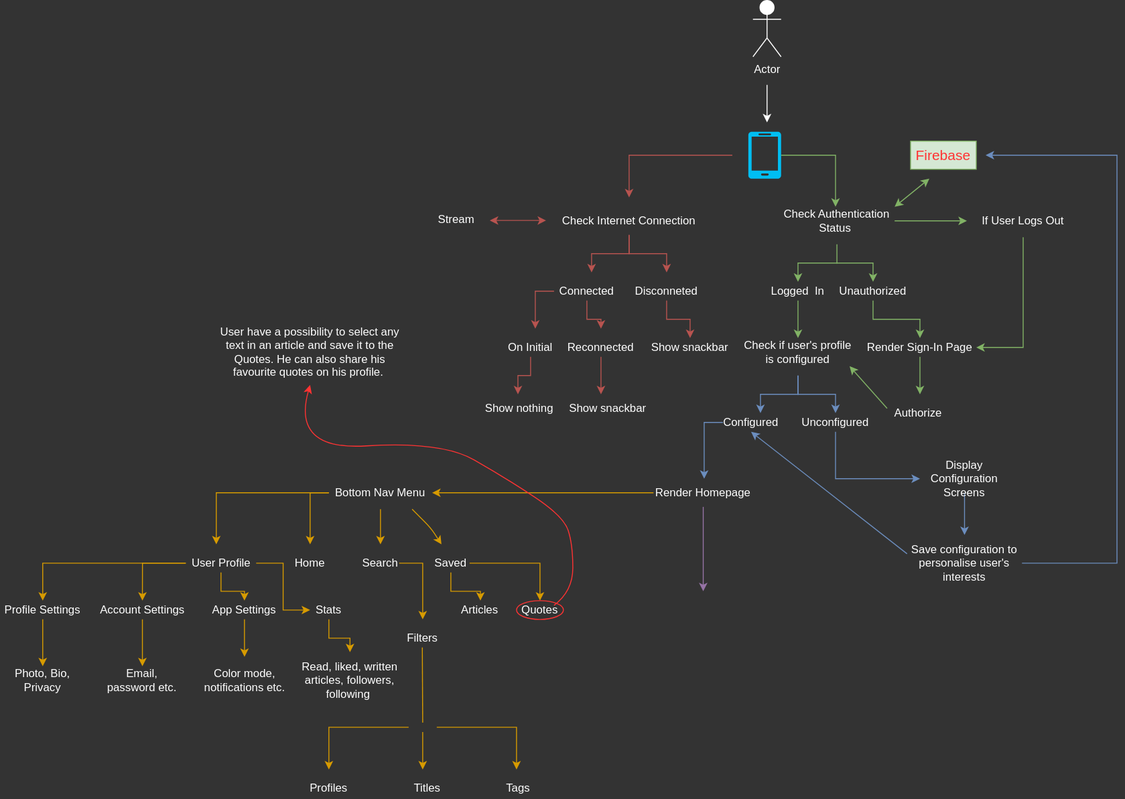
Above: artiver-visualization.svg in wzslr321/artiver (draw.io), before the change. Source tidied: cells renumbered, new cells last; positions are measured from the earlier drawing's top-left corner, leaving out a move shared by most shapes.
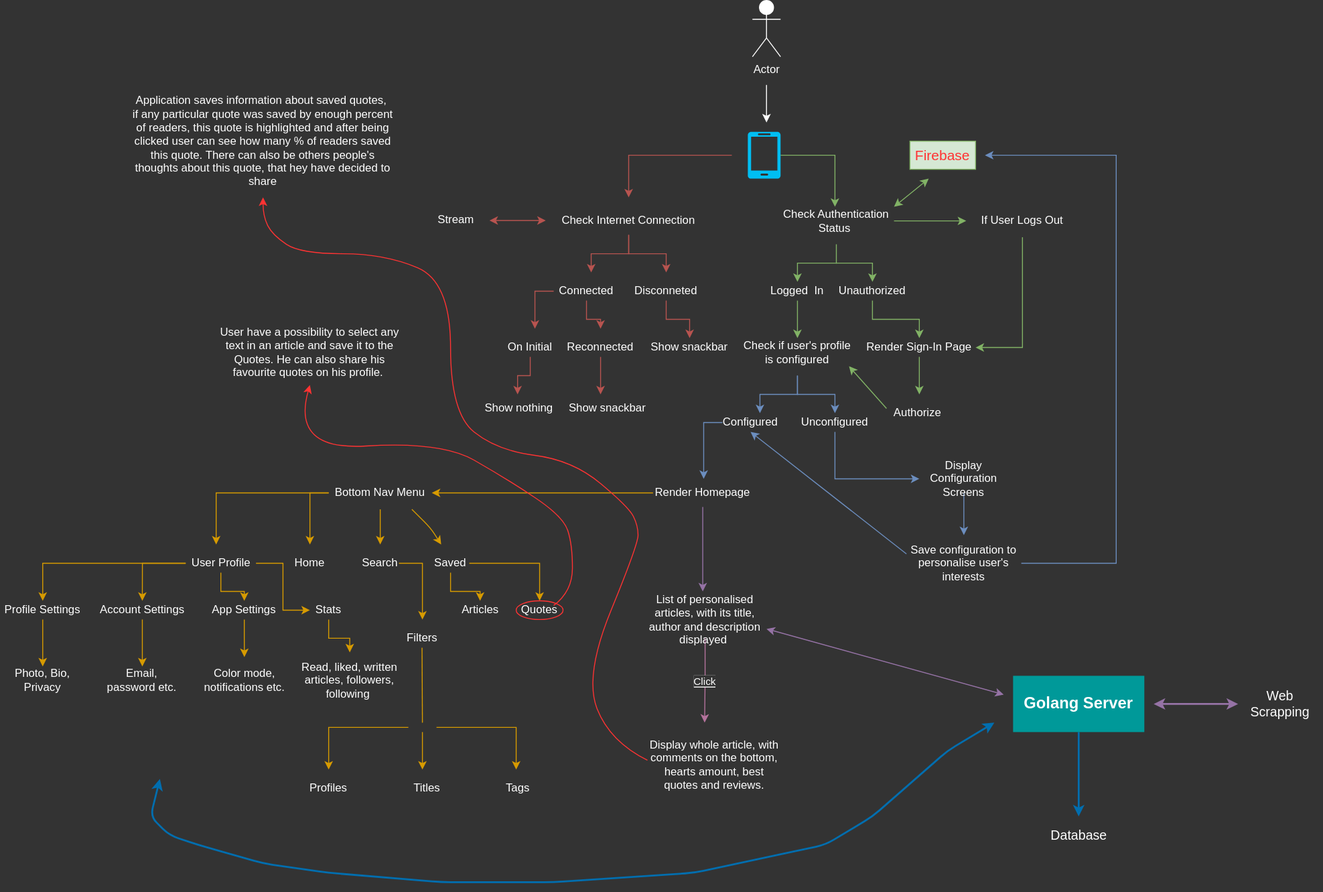
After the commit.

Commit message:
basic visualisation

The edit, as a diff of the source:
```diff
@@ -386,5 +386,88 @@
     <mxCell id="97" value="&lt;font color=&quot;#ffffff&quot;&gt;User have a possibility to select any text in an article and save it to the Quotes. He can also share his favourite quotes on his profile.&amp;nbsp;&lt;/font&gt;" style="text;html=1;strokeColor=none;fillColor=none;align=center;verticalAlign=middle;whiteSpace=wrap;rounded=0;labelBackgroundColor=none;" parent="1" vertex="1">
       <mxGeometry x="225" y="320" width="210" height="110" as="geometry" />
     </mxCell>
+    <mxCell id="98" style="edgeStyle=orthogonalEdgeStyle;rounded=0;jettySize=auto;html=1;strokeColor=#B5739D;" parent="1" edge="1" source="100">
+      <mxGeometry relative="1" as="geometry">
+        <mxPoint x="751" y="770" as="targetPoint" />
+      </mxGeometry>
+    </mxCell>
+    <mxCell id="99" value="&lt;span style=&quot;background-color: rgb(51 , 51 , 51)&quot;&gt;&lt;font color=&quot;#ffffff&quot;&gt;Click&lt;/font&gt;&lt;/span&gt;" style="edgeLabel;html=1;align=center;verticalAlign=middle;" parent="98" vertex="1">
+      <mxGeometry x="0.01" relative="1" as="geometry" />
+    </mxCell>
+    <mxCell id="100" value="&lt;font color=&quot;#ffffff&quot;&gt;List of personalised articles, with its title, author and description displayed&amp;nbsp;&lt;/font&gt;" style="text;html=1;strokeColor=none;fillColor=none;align=center;verticalAlign=middle;whiteSpace=wrap;rounded=0;labelBackgroundColor=none;" parent="1" vertex="1">
+      <mxGeometry x="686" y="640" width="131" height="40" as="geometry" />
+    </mxCell>
+    <mxCell id="101" value="&lt;font color=&quot;#ffffff&quot;&gt;Display whole article, with comments on the bottom, hearts amount, best quotes and reviews.&lt;/font&gt;" style="text;html=1;strokeColor=none;fillColor=none;align=center;verticalAlign=middle;whiteSpace=wrap;rounded=0;labelBackgroundColor=none;" parent="1" vertex="1">
+      <mxGeometry x="691" y="780" width="141" height="70" as="geometry" />
+    </mxCell>
+    <mxCell id="102" style="curved=1;endArrow=classic;html=1;fillColor=#f8cecc;strokeColor=#FF3333;" parent="1" edge="1">
+      <mxGeometry relative="1" as="geometry">
+        <mxPoint x="690" y="810" as="sourcePoint" />
+        <mxPoint x="280" y="210" as="targetPoint" />
+        <Array as="points">
+          <mxPoint x="650" y="790" />
+          <mxPoint x="622.5" y="720" />
+          <mxPoint x="680" y="580" />
+          <mxPoint x="680" y="560" />
+          <mxPoint x="670" y="540" />
+          <mxPoint x="610" y="490" />
+          <mxPoint x="530" y="480" />
+          <mxPoint x="480" y="440" />
+          <mxPoint x="480" y="300" />
+          <mxPoint x="410" y="270" />
+          <mxPoint x="320" y="270" />
+          <mxPoint x="290" y="250" />
+          <mxPoint x="280" y="230" />
+        </Array>
+      </mxGeometry>
+    </mxCell>
+    <mxCell id="103" value="&lt;font color=&quot;#ffffff&quot;&gt;Application saves information about saved quotes,&amp;nbsp;&lt;br&gt;if any particular quote was saved by enough percent of readers, this quote is highlighted and after being clicked user can see how many % of readers saved this quote. There can also be others people's thoughts about this quote, that hey have decided to share&lt;/font&gt;" style="text;html=1;strokeColor=none;fillColor=none;align=center;verticalAlign=middle;whiteSpace=wrap;rounded=0;labelBackgroundColor=none;" parent="1" vertex="1">
+      <mxGeometry x="135" y="100" width="290" height="100" as="geometry" />
+    </mxCell>
+    <mxCell id="104" style="endArrow=classic;startArrow=classic;html=1;strokeColor=#9673a6;fillColor=#e1d5e7;" parent="1" edge="1">
+      <mxGeometry relative="1" as="geometry">
+        <mxPoint x="817" y="670" as="sourcePoint" />
+        <mxPoint x="1070" y="740" as="targetPoint" />
+      </mxGeometry>
+    </mxCell>
+    <mxCell id="105" style="edgeStyle=orthogonalEdgeStyle;rounded=0;jumpSize=6;jettySize=auto;html=1;strokeColor=#006EAF;strokeWidth=2;fillColor=#1ba1e2;" parent="1" edge="1" source="106">
+      <mxGeometry relative="1" as="geometry">
+        <mxPoint x="1150" y="870" as="targetPoint" />
+      </mxGeometry>
+    </mxCell>
+    <mxCell id="106" value="&lt;font color=&quot;#ffffff&quot; style=&quot;font-size: 17px&quot;&gt;&lt;b style=&quot;background-color: rgb(0 , 153 , 153)&quot;&gt;Golang Server&lt;/b&gt;&lt;/font&gt;" style="text;html=1;strokeColor=none;align=center;verticalAlign=middle;whiteSpace=wrap;rounded=0;labelBackgroundColor=none;fillColor=#009999;" parent="1" vertex="1">
+      <mxGeometry x="1080" y="720" width="140" height="60" as="geometry" />
+    </mxCell>
+    <mxCell id="107" style="endArrow=classic;startArrow=classic;html=1;strokeColor=#006EAF;jumpSize=6;strokeWidth=2;fillColor=#1ba1e2;" parent="1" edge="1">
+      <mxGeometry relative="1" as="geometry">
+        <mxPoint x="1060" y="770" as="sourcePoint" />
+        <mxPoint x="170" y="830" as="targetPoint" />
+        <Array as="points">
+          <mxPoint x="1010" y="800" />
+          <mxPoint x="930" y="870" />
+          <mxPoint x="880" y="900" />
+          <mxPoint x="740" y="930" />
+          <mxPoint x="590" y="940" />
+          <mxPoint x="470" y="940" />
+          <mxPoint x="350" y="930" />
+          <mxPoint x="280" y="920" />
+          <mxPoint x="210" y="900" />
+          <mxPoint x="180" y="890" />
+          <mxPoint x="160" y="870" />
+        </Array>
+      </mxGeometry>
+    </mxCell>
+    <mxCell id="108" value="&lt;font color=&quot;#ffffff&quot; style=&quot;font-size: 14px&quot;&gt;Web Scrapping&lt;/font&gt;" style="text;html=1;strokeColor=none;fillColor=none;align=center;verticalAlign=middle;whiteSpace=wrap;rounded=0;labelBackgroundColor=none;" parent="1" vertex="1">
+      <mxGeometry x="1320" y="730" width="90" height="40" as="geometry" />
+    </mxCell>
+    <mxCell id="109" style="endArrow=classic;startArrow=classic;html=1;strokeWidth=2;strokeColor=#9673A6;" parent="1" edge="1">
+      <mxGeometry relative="1" as="geometry">
+        <mxPoint x="1230" y="750" as="sourcePoint" />
+        <mxPoint x="1320" y="750" as="targetPoint" />
+      </mxGeometry>
+    </mxCell>
+    <mxCell id="110" value="&lt;font color=&quot;#ffffff&quot; style=&quot;font-size: 14px&quot;&gt;Database&lt;/font&gt;" style="text;html=1;strokeColor=none;fillColor=none;align=center;verticalAlign=middle;whiteSpace=wrap;rounded=0;labelBackgroundColor=none;" parent="1" vertex="1">
+      <mxGeometry x="1098.8" y="870" width="102.5" height="40" as="geometry" />
+    </mxCell>
   </root>
 </mxGraphModel>
```
